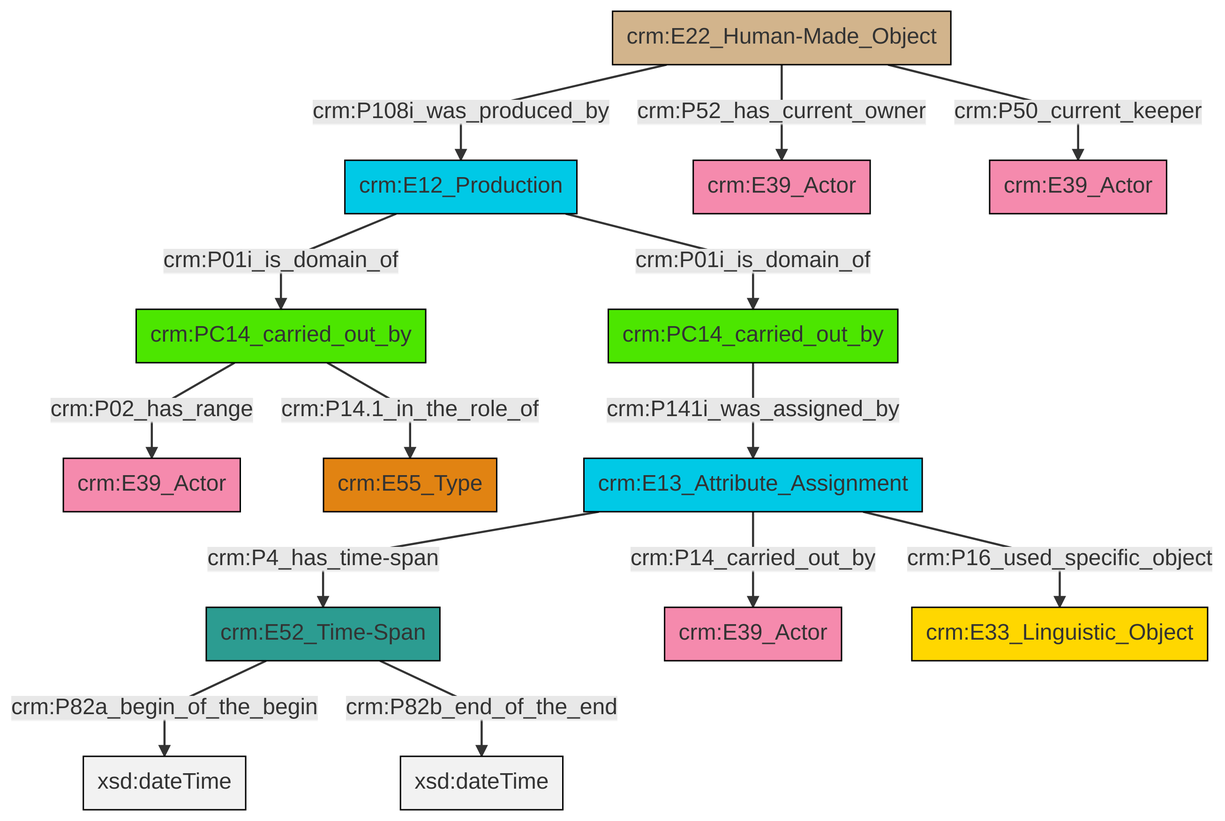
Earlier version of the Mermaid export et/carrierCSV/ttl/mmd/png/carrier_relations.png (swiss-art-research-net/docs.swissartresearch). Its source is kept beside it as et/carrierCSV/ttl/mmd/carrier_relations.ttl.mmd.
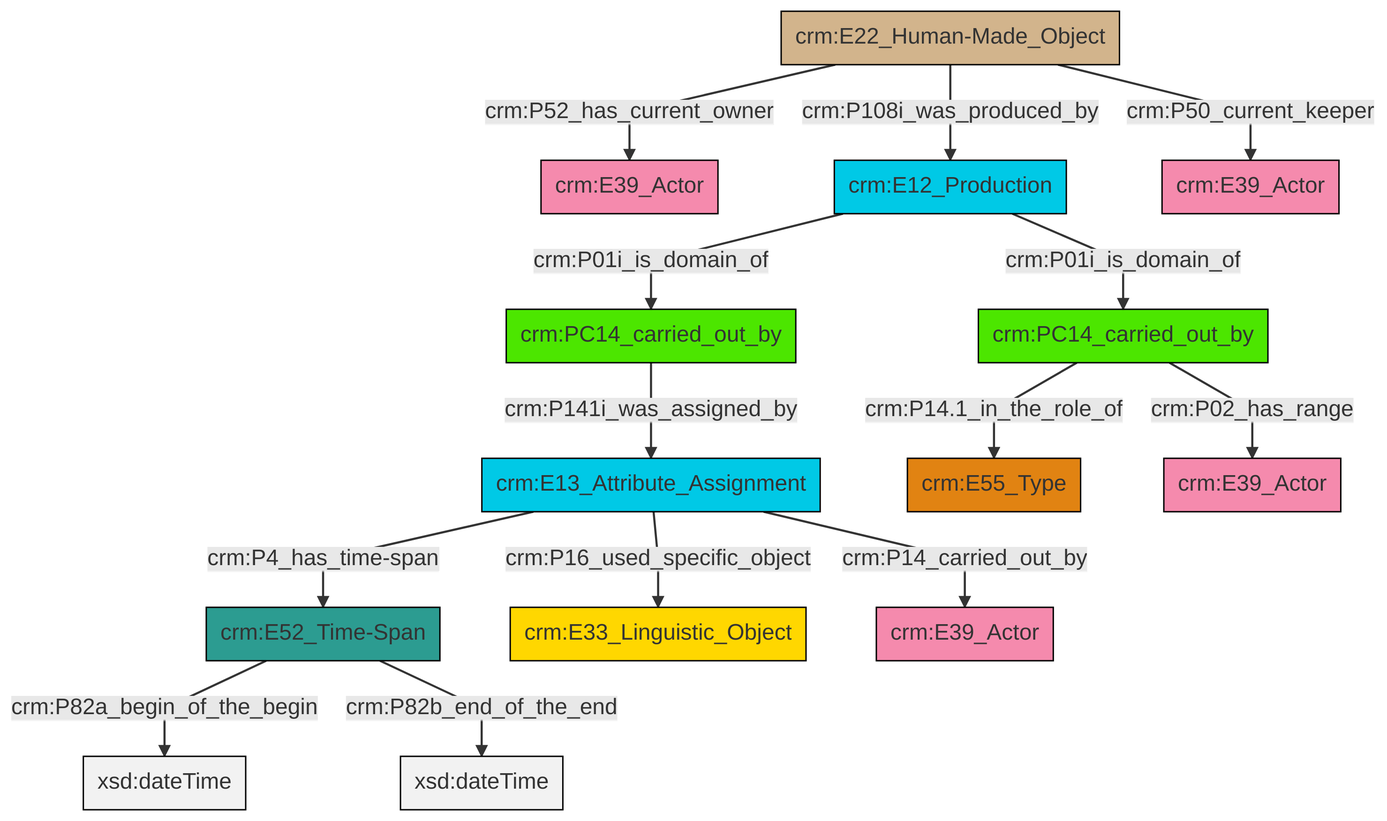
After the commit.

The edit, as a diff of the source:
```diff
@@ -13,16 +13,16 @@
 classDef PC_Classes fill:#4ce600, stroke:#000000;
 classDef Multi fill:#cccccc,stroke:#000000;
 
-6["crm:PC14_carried_out_by"]:::PC_Classes -->|crm:P141i_was_assigned_by| 7["crm:E13_Attribute_Assignment"]:::Temporal_Entity
-14["crm:E52_Time-Span"]:::Time-Span -->|crm:P82a_begin_of_the_begin| 15[xsd:dateTime]:::Literal
-16["crm:E22_Human-Made_Object"]:::Physical_Thing -->|crm:P108i_was_produced_by| 10["crm:E12_Production"]:::Temporal_Entity
-10["crm:E12_Production"]:::Temporal_Entity -->|crm:P01i_is_domain_of| 4["crm:PC14_carried_out_by"]:::PC_Classes
-4["crm:PC14_carried_out_by"]:::PC_Classes -->|crm:P02_has_range| 2["crm:E39_Actor"]:::Actor
-7["crm:E13_Attribute_Assignment"]:::Temporal_Entity -->|crm:P4_has_time-span| 14["crm:E52_Time-Span"]:::Time-Span
-16["crm:E22_Human-Made_Object"]:::Physical_Thing -->|crm:P52_has_current_owner| 8["crm:E39_Actor"]:::Actor
-14["crm:E52_Time-Span"]:::Time-Span -->|crm:P82b_end_of_the_end| 22[xsd:dateTime]:::Literal
-7["crm:E13_Attribute_Assignment"]:::Temporal_Entity -->|crm:P14_carried_out_by| 12["crm:E39_Actor"]:::Actor
-7["crm:E13_Attribute_Assignment"]:::Temporal_Entity -->|crm:P16_used_specific_object| 0["crm:E33_Linguistic_Object"]:::Conceptual_Object
-4["crm:PC14_carried_out_by"]:::PC_Classes -->|crm:P14.1_in_the_role_of| 19["crm:E55_Type"]:::Type
-16["crm:E22_Human-Made_Object"]:::Physical_Thing -->|crm:P50_current_keeper| 23["crm:E39_Actor"]:::Actor
-10["crm:E12_Production"]:::Temporal_Entity -->|crm:P01i_is_domain_of| 6["crm:PC14_carried_out_by"]:::PC_Classes
+0["crm:E22_Human-Made_Object"]:::Physical_Thing -->|crm:P52_has_current_owner| 1["crm:E39_Actor"]:::Actor
+2["crm:PC14_carried_out_by"]:::PC_Classes -->|crm:P141i_was_assigned_by| 3["crm:E13_Attribute_Assignment"]:::Temporal_Entity
+0["crm:E22_Human-Made_Object"]:::Physical_Thing -->|crm:P108i_was_produced_by| 4["crm:E12_Production"]:::Temporal_Entity
+0["crm:E22_Human-Made_Object"]:::Physical_Thing -->|crm:P50_current_keeper| 7["crm:E39_Actor"]:::Actor
+8["crm:E52_Time-Span"]:::Time-Span -->|crm:P82a_begin_of_the_begin| 9[xsd:dateTime]:::Literal
+3["crm:E13_Attribute_Assignment"]:::Temporal_Entity -->|crm:P16_used_specific_object| 10["crm:E33_Linguistic_Object"]:::Conceptual_Object
+11["crm:PC14_carried_out_by"]:::PC_Classes -->|crm:P14.1_in_the_role_of| 5["crm:E55_Type"]:::Type
+8["crm:E52_Time-Span"]:::Time-Span -->|crm:P82b_end_of_the_end| 14[xsd:dateTime]:::Literal
+3["crm:E13_Attribute_Assignment"]:::Temporal_Entity -->|crm:P4_has_time-span| 8["crm:E52_Time-Span"]:::Time-Span
+4["crm:E12_Production"]:::Temporal_Entity -->|crm:P01i_is_domain_of| 11["crm:PC14_carried_out_by"]:::PC_Classes
+3["crm:E13_Attribute_Assignment"]:::Temporal_Entity -->|crm:P14_carried_out_by| 15["crm:E39_Actor"]:::Actor
+4["crm:E12_Production"]:::Temporal_Entity -->|crm:P01i_is_domain_of| 2["crm:PC14_carried_out_by"]:::PC_Classes
+11["crm:PC14_carried_out_by"]:::PC_Classes -->|crm:P02_has_range| 21["crm:E39_Actor"]:::Actor
```
